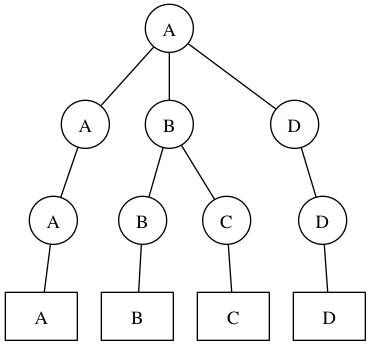
Earlier version of the Graphviz export convergencemerging-example-c.png (sgolodetz/comparisonpaper). Its source is kept beside it as graphs/convergencemerging-example-c.gv. Source of this version:
```dot
graph
{
	node [shape=circle];

	A4 [label="A"];
	A3 [label="A"];
	B3 [label="B"];
	D3 [label="D"];
	A2 [label="A"];
	B2 [label="B"];
	C2 [label="C"];
	D2 [label="D"];

	node [shape=box];

	A1 [label="A"];
	B1 [label="B"];
	C1 [label="C"];
	D1 [label="D"];

	A4 -- A3 -- A2 -- A1;
	A4 -- B3 -- B2 -- B1;
	B3 -- C2 -- C1;
	A4 -- D3 -- D2 -- D1;
}
```
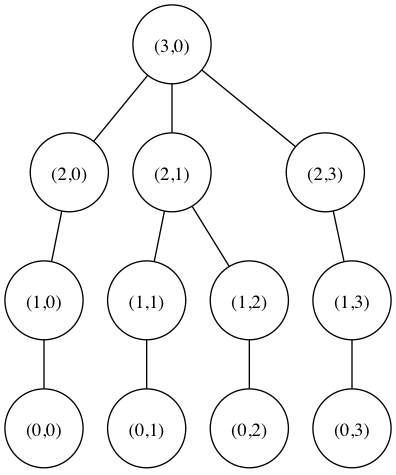
Later version of the same file.

What changed in the source:
```diff
@@ -2,21 +2,20 @@
 {
 	node [shape=circle];
 
-	A4 [label="A"];
-	A3 [label="A"];
-	B3 [label="B"];
-	D3 [label="D"];
-	A2 [label="A"];
-	B2 [label="B"];
-	C2 [label="C"];
-	D2 [label="D"];
+	A4 [label="(3,0)"];
+	A3 [label="(2,0)"];
+	B3 [label="(2,1)"];
+	D3 [label="(2,3)"];
+	A2 [label="(1,0)"];
+	B2 [label="(1,1)"];
+	C2 [label="(1,2)"];
+	D2 [label="(1,3)"];
 
-	node [shape=box];
 
-	A1 [label="A"];
-	B1 [label="B"];
-	C1 [label="C"];
-	D1 [label="D"];
+	A1 [label="(0,0)"];
+	B1 [label="(0,1)"];
+	C1 [label="(0,2)"];
+	D1 [label="(0,3)"];
 
 	A4 -- A3 -- A2 -- A1;
 	A4 -- B3 -- B2 -- B1;
```
